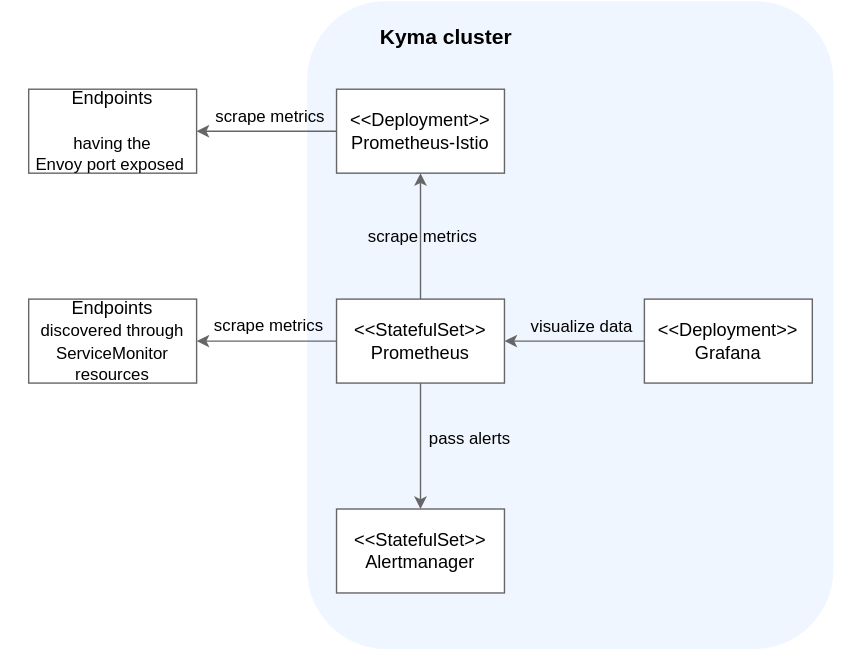
The draw.io diagram docs/05-technical-reference/00-architecture/assets/obsv-monitoring-istio.svg in kyma-project/kyma, before a commit. Source tidied: cells renumbered, new cells last; positions are measured from the earlier drawing's top-left corner, leaving out a move shared by most shapes. The source it was exported from:
```xml
<mxGraphModel>
  <root>
    <mxCell id="0" />
    <mxCell id="1" parent="0" />
    <mxCell id="2" style="rounded=0;whiteSpace=wrap;html=1;strokeColor=none;" parent="1" vertex="1">
      <mxGeometry width="600" height="463" as="geometry" />
    </mxCell>
    <mxCell id="3" style="rounded=1;whiteSpace=wrap;html=1;strokeColor=none;fillColor=#F0F6FF;" parent="1" vertex="1">
      <mxGeometry x="219" width="376" height="463" as="geometry" />
    </mxCell>
    <mxCell id="4" value="&lt;font style=&quot;font-size: 15px&quot;&gt;&lt;b&gt;Kyma cluster&lt;/b&gt;&lt;/font&gt;" style="text;html=1;align=center;verticalAlign=middle;" parent="1" vertex="1">
      <mxGeometry x="263" y="15" width="110" height="20" as="geometry" />
    </mxCell>
    <mxCell id="5" style="edgeStyle=orthogonalEdgeStyle;rounded=1;jettySize=auto;html=1;strokeColor=#666666;" parent="1" edge="1" source="6" target="8">
      <mxGeometry relative="1" as="geometry" />
    </mxCell>
    <mxCell id="6" value="&amp;lt;&amp;lt;Deployment&amp;gt;&amp;gt;&lt;br style=&quot;font-size: 13px&quot;&gt;Grafana" style="rounded=0;whiteSpace=wrap;html=1;strokeWidth=1;fontSize=13;strokeColor=#666666;" parent="1" vertex="1">
      <mxGeometry x="460" y="213" width="120" height="60" as="geometry" />
    </mxCell>
    <mxCell id="7" style="edgeStyle=orthogonalEdgeStyle;rounded=1;jettySize=auto;html=1;strokeColor=#666666;" parent="1" edge="1" source="8" target="11">
      <mxGeometry relative="1" as="geometry" />
    </mxCell>
    <mxCell id="8" value="&lt;font style=&quot;font-size: 13px&quot;&gt;&amp;lt;&amp;lt;StatefulSet&amp;gt;&amp;gt;&lt;br style=&quot;font-size: 13px;&quot;&gt;Prometheus&lt;/font&gt;" style="rounded=0;whiteSpace=wrap;html=1;strokeWidth=1;fontSize=13;strokeColor=#666666;" parent="1" vertex="1">
      <mxGeometry x="240" y="213" width="120" height="60" as="geometry" />
    </mxCell>
    <mxCell id="9" style="edgeStyle=orthogonalEdgeStyle;rounded=1;jettySize=auto;html=1;entryX=0.5;entryY=1;entryDx=0;entryDy=0;startArrow=classic;startFill=1;endArrow=none;endFill=0;strokeColor=#666666;" parent="1" edge="1" source="10" target="8">
      <mxGeometry relative="1" as="geometry" />
    </mxCell>
    <mxCell id="10" value="&amp;lt;&amp;lt;StatefulSet&amp;gt;&amp;gt;&lt;br style=&quot;font-size: 13px;&quot;&gt;Alertmanager" style="rounded=0;whiteSpace=wrap;html=1;strokeWidth=1;fontSize=13;strokeColor=#666666;" parent="1" vertex="1">
      <mxGeometry x="240" y="363" width="120" height="60" as="geometry" />
    </mxCell>
    <mxCell id="11" value="Endpoints&lt;br&gt;&lt;font style=&quot;font-size: 12px&quot;&gt;discovered through ServiceMonitor resources&lt;/font&gt;" style="rounded=0;whiteSpace=wrap;html=1;strokeWidth=1;fontSize=13;strokeColor=#666666;" parent="1" vertex="1">
      <mxGeometry x="20" y="213" width="120" height="60" as="geometry" />
    </mxCell>
    <mxCell id="12" value="scrape metrics&amp;nbsp;" style="text;html=1;align=center;verticalAlign=middle;" parent="1" vertex="1">
      <mxGeometry x="143" y="222" width="100" height="20" as="geometry" />
    </mxCell>
    <mxCell id="13" value="pass alerts" style="text;html=1;align=center;verticalAlign=middle;" parent="1" vertex="1">
      <mxGeometry x="300" y="303" width="70" height="20" as="geometry" />
    </mxCell>
    <mxCell id="14" value="visualize data" style="text;html=1;align=center;verticalAlign=middle;" parent="1" vertex="1">
      <mxGeometry x="370" y="223" width="90" height="20" as="geometry" />
    </mxCell>
    <mxCell id="15" value="&lt;font style=&quot;font-size: 13px&quot;&gt;&amp;lt;&amp;lt;Deployment&amp;gt;&amp;gt;&lt;br style=&quot;font-size: 13px&quot;&gt;Prometheus-Istio&lt;/font&gt;" style="rounded=0;whiteSpace=wrap;html=1;strokeWidth=1;fontSize=13;strokeColor=#666666;" parent="1" vertex="1">
      <mxGeometry x="240" y="63" width="120" height="60" as="geometry" />
    </mxCell>
    <mxCell id="16" value="Endpoints&lt;br&gt;&lt;br&gt;&lt;font style=&quot;font-size: 12px&quot;&gt;having the &lt;br&gt;Envoy port exposed&amp;nbsp;&lt;/font&gt;" style="rounded=0;whiteSpace=wrap;html=1;strokeWidth=1;fontSize=13;strokeColor=#666666;" parent="1" vertex="1">
      <mxGeometry x="20" y="63" width="120" height="60" as="geometry" />
    </mxCell>
    <mxCell id="17" style="edgeStyle=orthogonalEdgeStyle;rounded=1;jettySize=auto;html=1;strokeColor=#666666;entryX=0.5;entryY=1;entryDx=0;entryDy=0;exitX=0.5;exitY=0;exitDx=0;exitDy=0;" parent="1" edge="1" source="8" target="15">
      <mxGeometry relative="1" as="geometry" />
    </mxCell>
    <mxCell id="18" value="&lt;span style=&quot;font-size: 12px;&quot;&gt;scrape metrics&amp;nbsp;&lt;/span&gt;" style="edgeLabel;html=1;align=center;verticalAlign=middle;labelBackgroundColor=none;" parent="17" vertex="1">
      <mxGeometry x="-0.17" y="-1" relative="1" as="geometry">
        <mxPoint x="1" y="-8" as="offset" />
      </mxGeometry>
    </mxCell>
    <mxCell id="19" style="edgeStyle=orthogonalEdgeStyle;rounded=1;jettySize=auto;html=1;strokeColor=#666666;entryX=1;entryY=0.5;entryDx=0;entryDy=0;exitX=0;exitY=0.5;exitDx=0;exitDy=0;" parent="1" edge="1" source="15" target="16">
      <mxGeometry relative="1" as="geometry" />
    </mxCell>
    <mxCell id="20" value="&lt;span style=&quot;font-size: 12px;&quot;&gt;scrape metrics&amp;nbsp;&lt;/span&gt;" style="edgeLabel;html=1;align=center;verticalAlign=middle;labelBackgroundColor=none;" parent="19" vertex="1">
      <mxGeometry x="-0.17" y="-1" relative="1" as="geometry">
        <mxPoint x="-6" y="-10" as="offset" />
      </mxGeometry>
    </mxCell>
  </root>
</mxGraphModel>
```
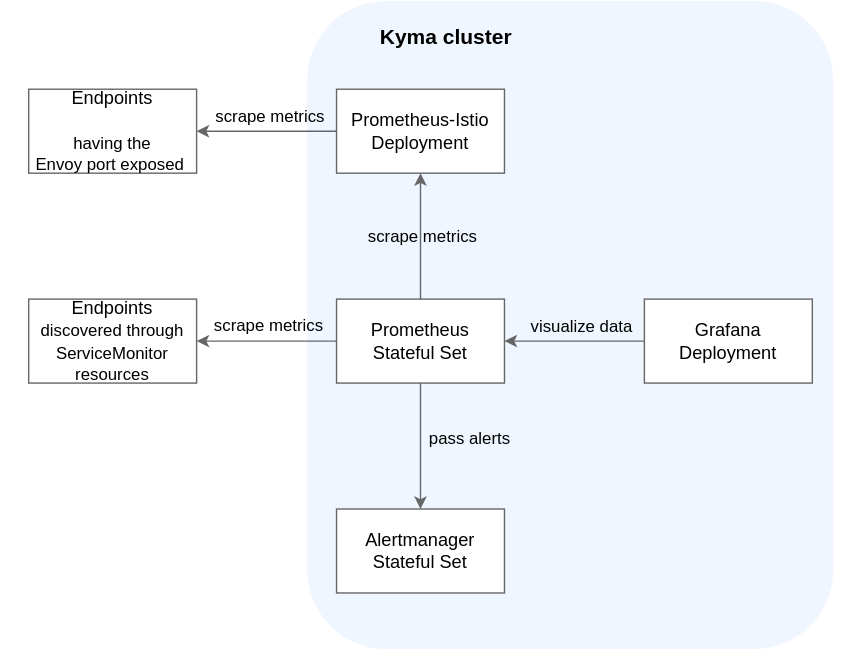
The same file after the commit.

Change to the diagram source:
```diff
@@ -14,19 +14,19 @@
     <mxCell id="5" style="edgeStyle=orthogonalEdgeStyle;rounded=1;jettySize=auto;html=1;strokeColor=#666666;" parent="1" edge="1" source="6" target="8">
       <mxGeometry relative="1" as="geometry" />
     </mxCell>
-    <mxCell id="6" value="&amp;lt;&amp;lt;Deployment&amp;gt;&amp;gt;&lt;br style=&quot;font-size: 13px&quot;&gt;Grafana" style="rounded=0;whiteSpace=wrap;html=1;strokeWidth=1;fontSize=13;strokeColor=#666666;" parent="1" vertex="1">
+    <mxCell id="6" value="Grafana&lt;br&gt;Deployment" style="rounded=0;whiteSpace=wrap;html=1;strokeWidth=1;fontSize=13;strokeColor=#666666;" parent="1" vertex="1">
       <mxGeometry x="460" y="213" width="120" height="60" as="geometry" />
     </mxCell>
     <mxCell id="7" style="edgeStyle=orthogonalEdgeStyle;rounded=1;jettySize=auto;html=1;strokeColor=#666666;" parent="1" edge="1" source="8" target="11">
       <mxGeometry relative="1" as="geometry" />
     </mxCell>
-    <mxCell id="8" value="&lt;font style=&quot;font-size: 13px&quot;&gt;&amp;lt;&amp;lt;StatefulSet&amp;gt;&amp;gt;&lt;br style=&quot;font-size: 13px;&quot;&gt;Prometheus&lt;/font&gt;" style="rounded=0;whiteSpace=wrap;html=1;strokeWidth=1;fontSize=13;strokeColor=#666666;" parent="1" vertex="1">
+    <mxCell id="8" value="&lt;font style=&quot;font-size: 13px&quot;&gt;Prometheus&lt;br&gt;Stateful Set&lt;br&gt;&lt;/font&gt;" style="rounded=0;whiteSpace=wrap;html=1;strokeWidth=1;fontSize=13;strokeColor=#666666;" parent="1" vertex="1">
       <mxGeometry x="240" y="213" width="120" height="60" as="geometry" />
     </mxCell>
     <mxCell id="9" style="edgeStyle=orthogonalEdgeStyle;rounded=1;jettySize=auto;html=1;entryX=0.5;entryY=1;entryDx=0;entryDy=0;startArrow=classic;startFill=1;endArrow=none;endFill=0;strokeColor=#666666;" parent="1" edge="1" source="10" target="8">
       <mxGeometry relative="1" as="geometry" />
     </mxCell>
-    <mxCell id="10" value="&amp;lt;&amp;lt;StatefulSet&amp;gt;&amp;gt;&lt;br style=&quot;font-size: 13px;&quot;&gt;Alertmanager" style="rounded=0;whiteSpace=wrap;html=1;strokeWidth=1;fontSize=13;strokeColor=#666666;" parent="1" vertex="1">
+    <mxCell id="10" value="Alertmanager&lt;br&gt;Stateful Set" style="rounded=0;whiteSpace=wrap;html=1;strokeWidth=1;fontSize=13;strokeColor=#666666;" parent="1" vertex="1">
       <mxGeometry x="240" y="363" width="120" height="60" as="geometry" />
     </mxCell>
     <mxCell id="11" value="Endpoints&lt;br&gt;&lt;font style=&quot;font-size: 12px&quot;&gt;discovered through ServiceMonitor resources&lt;/font&gt;" style="rounded=0;whiteSpace=wrap;html=1;strokeWidth=1;fontSize=13;strokeColor=#666666;" parent="1" vertex="1">
@@ -41,7 +41,7 @@
     <mxCell id="14" value="visualize data" style="text;html=1;align=center;verticalAlign=middle;" parent="1" vertex="1">
       <mxGeometry x="370" y="223" width="90" height="20" as="geometry" />
     </mxCell>
-    <mxCell id="15" value="&lt;font style=&quot;font-size: 13px&quot;&gt;&amp;lt;&amp;lt;Deployment&amp;gt;&amp;gt;&lt;br style=&quot;font-size: 13px&quot;&gt;Prometheus-Istio&lt;/font&gt;" style="rounded=0;whiteSpace=wrap;html=1;strokeWidth=1;fontSize=13;strokeColor=#666666;" parent="1" vertex="1">
+    <mxCell id="15" value="&lt;font style=&quot;font-size: 13px&quot;&gt;Prometheus-Istio&lt;br&gt;Deployment&lt;br&gt;&lt;/font&gt;" style="rounded=0;whiteSpace=wrap;html=1;strokeWidth=1;fontSize=13;strokeColor=#666666;" parent="1" vertex="1">
       <mxGeometry x="240" y="63" width="120" height="60" as="geometry" />
     </mxCell>
     <mxCell id="16" value="Endpoints&lt;br&gt;&lt;br&gt;&lt;font style=&quot;font-size: 12px&quot;&gt;having the &lt;br&gt;Envoy port exposed&amp;nbsp;&lt;/font&gt;" style="rounded=0;whiteSpace=wrap;html=1;strokeWidth=1;fontSize=13;strokeColor=#666666;" parent="1" vertex="1">
```
